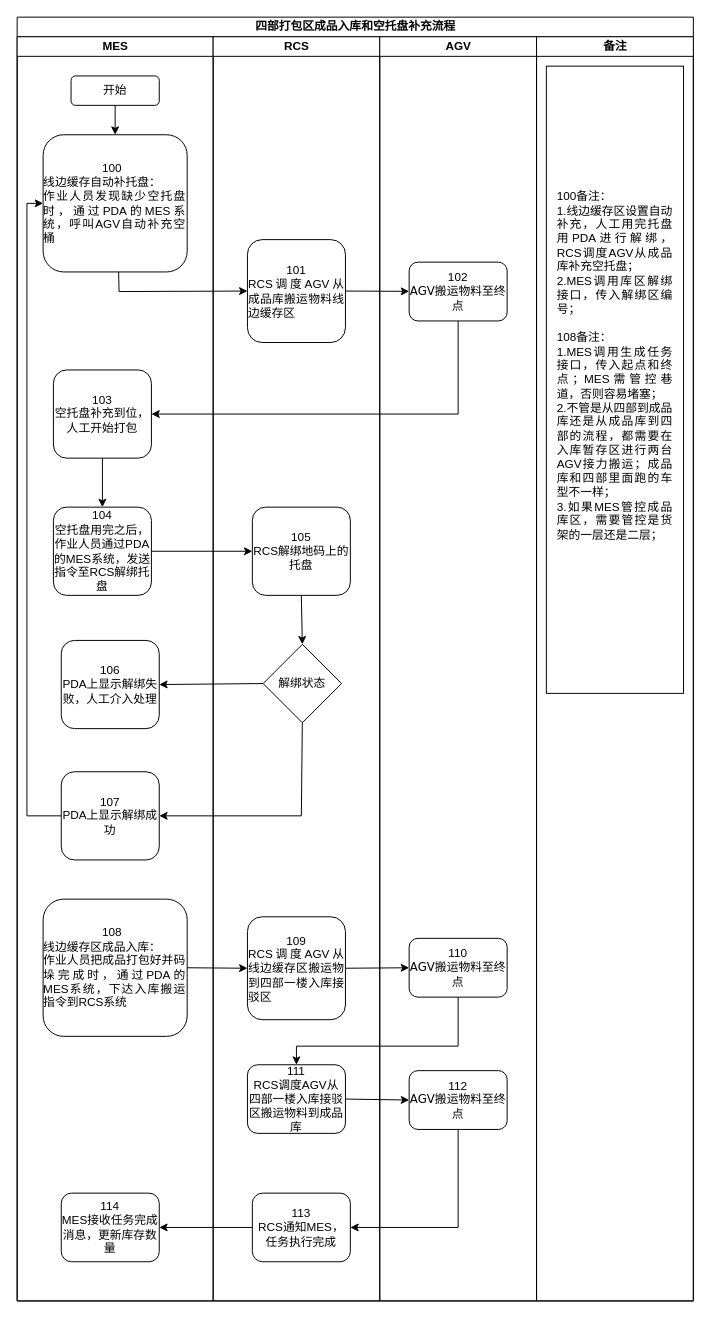
The draw.io diagram page "四部打包区成品入库和空托盘补充流程" (18 of 21) of data/伍子醉作业流程图0221.drawio in chenyanxi/hosts, before the edit. Source tidied: cells renumbered, new cells numbered last; positions are measured from the earlier drawing's top-left corner, leaving out a move shared by most shapes. Both pictures are drawn from the tidied source at 98%, with x=0, y=0 at pixel (17, 17).
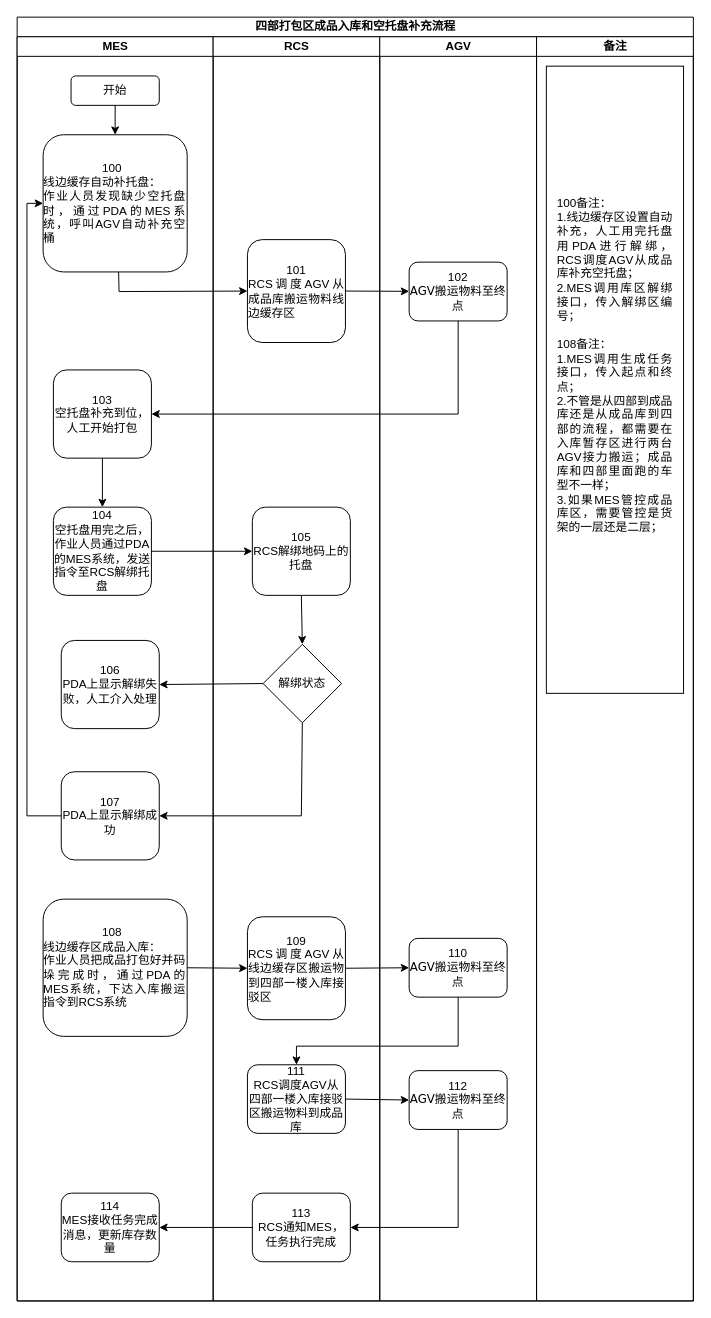
The same diagram, later.

Unchanged cells that the change refers to:
```xml
<mxCell id="27" value="备注" style="swimlane;html=1;startSize=20;" parent="2" vertex="1">
  <mxGeometry x="530" y="20" width="160" height="1290" as="geometry" />
</mxCell>
```

Diff of the diagram source:
```diff
@@
-    <mxCell id="28" value="&lt;div style=&quot;&quot;&gt;&lt;div style=&quot;text-align: justify;&quot;&gt;100备注：&lt;/div&gt;&lt;div style=&quot;text-align: justify;&quot;&gt;1.线边缓存区设置自动补充，人工用完托盘用PDA进行解绑，RCS调度AGV从成品库补充空托盘；&lt;/div&gt;&lt;div style=&quot;text-align: justify;&quot;&gt;2.MES调用库区解绑接口，传入解绑区编号；&lt;/div&gt;&lt;div style=&quot;text-align: justify;&quot;&gt;&lt;br&gt;&lt;/div&gt;&lt;div style=&quot;text-align: justify;&quot;&gt;108备注：&lt;/div&gt;&lt;div style=&quot;text-align: justify;&quot;&gt;1.MES调用生成任务接口，传入起点和终点；MES需管控巷道，否则容易堵塞；&lt;/div&gt;&lt;div style=&quot;text-align: justify;&quot;&gt;&lt;span style=&quot;background-color: initial;&quot;&gt;2.不管是从四部到成品库还是从成品库到四部的流程，都需要在入库暂存区进行两台AGV接力搬运；成品库和四部里面跑的车型不一样；&lt;/span&gt;&lt;/div&gt;&lt;div style=&quot;text-align: justify;&quot;&gt;3.如果MES管控成品库区，需要管控是货架的一层还是二层；&lt;/div&gt;&lt;div style=&quot;text-align: justify;&quot;&gt;&lt;br&gt;&lt;/div&gt;&lt;div style=&quot;text-align: justify;&quot;&gt;&lt;br&gt;&lt;/div&gt;&lt;/div&gt;" style="rounded=0;whiteSpace=wrap;html=1;spacingTop=5;spacingLeft=10;spacingBottom=5;spacingRight=10;" parent="27" vertex="1">
+    <mxCell id="28" value="&lt;div style=&quot;&quot;&gt;&lt;div style=&quot;text-align: justify;&quot;&gt;100备注：&lt;/div&gt;&lt;div style=&quot;text-align: justify;&quot;&gt;1.线边缓存区设置自动补充，人工用完托盘用PDA进行解绑，RCS调度AGV从成品库补充空托盘；&lt;/div&gt;&lt;div style=&quot;text-align: justify;&quot;&gt;2.MES调用库区解绑接口，传入解绑区编号；&lt;/div&gt;&lt;div style=&quot;text-align: justify;&quot;&gt;&lt;br&gt;&lt;/div&gt;&lt;div style=&quot;text-align: justify;&quot;&gt;108备注：&lt;/div&gt;&lt;div style=&quot;text-align: justify;&quot;&gt;1.MES调用生成任务接口，传入起点和终点；&lt;/div&gt;&lt;div style=&quot;text-align: justify;&quot;&gt;&lt;span style=&quot;background-color: initial;&quot;&gt;2.不管是从四部到成品库还是从成品库到四部的流程，都需要在入库暂存区进行两台AGV接力搬运；成品库和四部里面跑的车型不一样；&lt;/span&gt;&lt;/div&gt;&lt;div style=&quot;text-align: justify;&quot;&gt;3.如果MES管控成品库区，需要管控是货架的一层还是二层；&lt;/div&gt;&lt;div style=&quot;text-align: justify;&quot;&gt;&lt;br&gt;&lt;/div&gt;&lt;div style=&quot;text-align: justify;&quot;&gt;&lt;br&gt;&lt;/div&gt;&lt;/div&gt;" style="rounded=0;whiteSpace=wrap;html=1;spacingTop=5;spacingLeft=10;spacingBottom=5;spacingRight=10;" parent="27" vertex="1">
       <mxGeometry x="10" y="30" width="140" height="640" as="geometry" />
     </mxCell>
```
